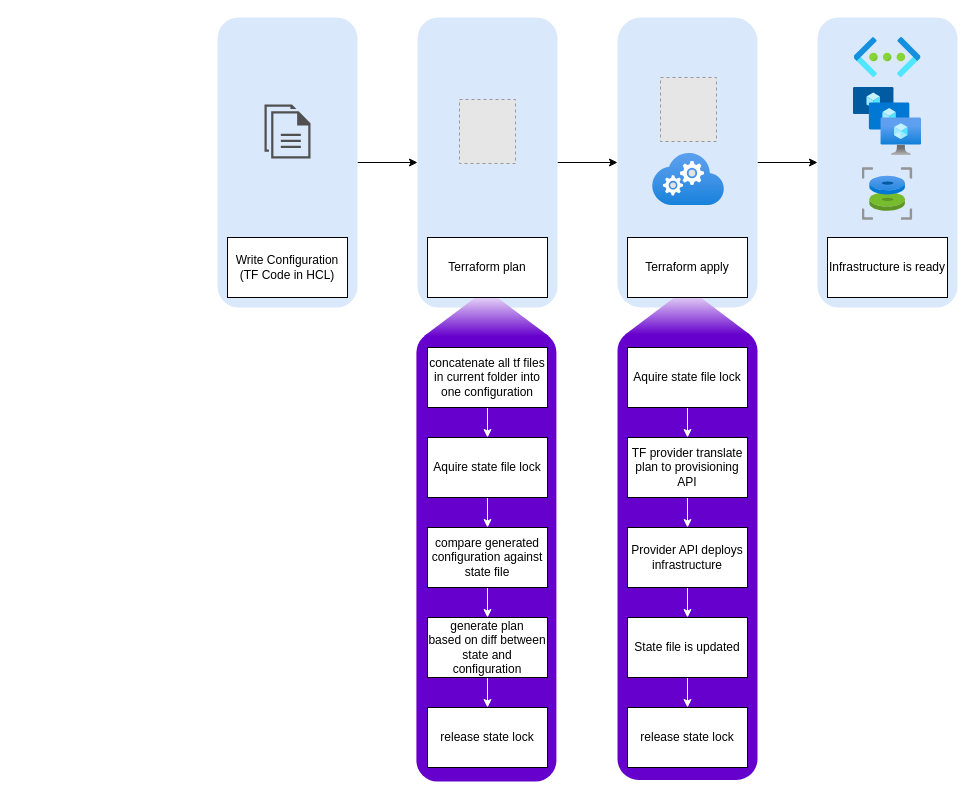
Above: page "terraformworkflow" (1 of 9) of blog.drawio in nfrappart/nfrappart.github.io (draw.io), before the change. Source tidied: cells renumbered, new cells numbered last; positions are measured from the earlier drawing's top-left corner, leaving out a move shared by most shapes. Both pictures are drawn from the tidied source at 100%, with x=0, y=0 at pixel (217, 17). Pictures stored in the file or linked from it are replaced by grey dashed boxes.
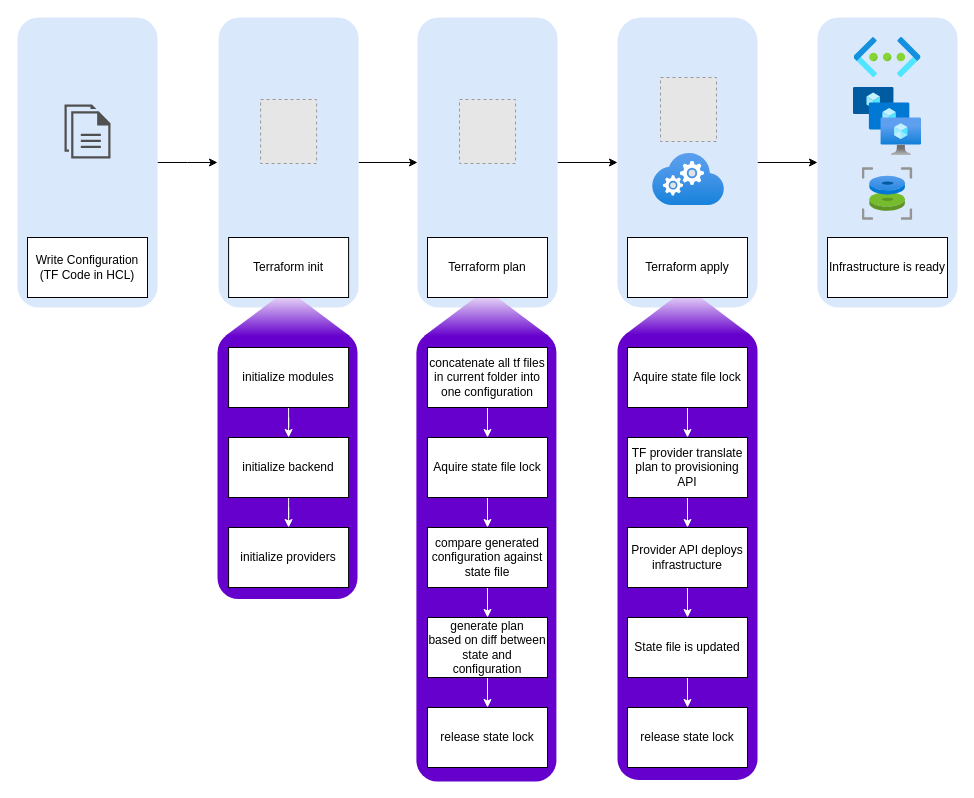
The same diagram, later.

Unchanged cells that the change refers to:
```xml
<mxCell id="5" style="rounded=1;whiteSpace=wrap;html=1;fillColor=#dae8fc;gradientDirection=east;strokeColor=none;" parent="1" vertex="1">
  <mxGeometry x="200" width="140" height="290" as="geometry" />
</mxCell>
```

The edit, as a diff of the source:
```diff
@@
-    <mxCell id="7" style="edgeStyle=orthogonalEdgeStyle;rounded=0;jettySize=auto;html=1;entryX=0;entryY=0.5;entryDx=0;entryDy=0;" parent="1" edge="1" source="8" target="5">
-      <mxGeometry relative="1" as="geometry" />
+    <mxCell id="7" style="edgeStyle=orthogonalEdgeStyle;rounded=0;jettySize=auto;html=1;" parent="1" edge="1" source="8">
+      <mxGeometry relative="1" as="geometry">
+        <mxPoint y="145" as="targetPoint" />
+      </mxGeometry>
     </mxCell>
     <mxCell id="8" style="rounded=1;whiteSpace=wrap;html=1;fillColor=#dae8fc;gradientDirection=east;strokeColor=none;" parent="1" vertex="1">
-      <mxGeometry width="140" height="290" as="geometry" />
+      <mxGeometry x="-200" width="140" height="290" as="geometry" />
     </mxCell>
@@
     <mxCell id="15" value="Write Configuration&lt;br&gt;(TF Code in HCL)" style="rounded=0;whiteSpace=wrap;html=1;" parent="1" vertex="1">
-      <mxGeometry x="10" y="220" width="120" height="60" as="geometry" />
+      <mxGeometry x="-190" y="220" width="120" height="60" as="geometry" />
     </mxCell>
@@
     <mxCell id="33" style="sketch=0;shadow=0;dashed=0;html=1;strokeColor=none;fillColor=#505050;labelPosition=center;verticalLabelPosition=bottom;verticalAlign=top;align=center;shape=mxgraph.office.concepts.documents;" parent="1" vertex="1">
-      <mxGeometry x="47" y="87" width="46" height="54" as="geometry" />
+      <mxGeometry x="-153" y="87" width="46" height="54" as="geometry" />
     </mxCell>
@@
+    <mxCell id="45" style="edgeStyle=orthogonalEdgeStyle;rounded=0;jettySize=auto;html=1;entryX=0;entryY=0.5;entryDx=0;entryDy=0;" parent="1" edge="1" source="46" target="5">
+      <mxGeometry relative="1" as="geometry" />
+    </mxCell>
+    <mxCell id="46" style="rounded=1;whiteSpace=wrap;html=1;fillColor=#dae8fc;gradientDirection=east;strokeColor=none;" parent="1" vertex="1">
+      <mxGeometry x="1.1" width="140" height="290" as="geometry" />
+    </mxCell>
+    <mxCell id="47" style="group;" parent="1" vertex="1">
+      <mxGeometry y="271.6" width="140" height="492.4" as="geometry" />
+    </mxCell>
+    <mxCell id="48" style="rounded=1;whiteSpace=wrap;html=1;fillColor=#6600CC;gradientDirection=east;strokeColor=none;" parent="47" vertex="1">
+      <mxGeometry y="42.4" width="140" height="267.6" as="geometry" />
+    </mxCell>
+    <mxCell id="49" style="triangle;whiteSpace=wrap;html=1;rotation=-90;gradientColor=#ffffff;strokeColor=none;fillColor=#6600CC;gradientDirection=east;" parent="47" vertex="1">
+      <mxGeometry x="46.4" y="-39" width="47.2" height="125.3" as="geometry" />
+    </mxCell>
+    <mxCell id="50" value="Terraform init" style="whiteSpace=wrap;html=1;rounded=0;" parent="1" vertex="1">
+      <mxGeometry x="11.1" y="220" width="120" height="60" as="geometry" />
+    </mxCell>
+    <mxCell id="51" style="edgeStyle=orthogonalEdgeStyle;rounded=0;jettySize=auto;html=1;entryX=0.5;entryY=0;entryDx=0;entryDy=0;strokeColor=#FFFFFF;" parent="1" edge="1" source="52" target="56">
+      <mxGeometry relative="1" as="geometry" />
+    </mxCell>
+    <mxCell id="52" value="initialize modules" style="whiteSpace=wrap;html=1;rounded=0;" parent="1" vertex="1">
+      <mxGeometry x="11.1" y="330" width="120" height="60" as="geometry" />
+    </mxCell>
+    <mxCell id="53" value="initialize providers" style="whiteSpace=wrap;html=1;rounded=0;" parent="1" vertex="1">
+      <mxGeometry x="11.1" y="510" width="120" height="60" as="geometry" />
+    </mxCell>
+    <mxCell id="54" style="fillColor=#E6E6E6;strokeColor=#999999;dashed=1;verticalLabelPosition=bottom;verticalAlign=top;" parent="1" vertex="1">
+      <mxGeometry x="43.1" y="82" width="56" height="64" as="geometry" />
+    </mxCell>
+    <mxCell id="55" style="edgeStyle=orthogonalEdgeStyle;rounded=0;jettySize=auto;html=1;entryX=0.5;entryY=0;entryDx=0;entryDy=0;strokeColor=#FFFFFF;" parent="1" edge="1" source="56" target="53">
+      <mxGeometry relative="1" as="geometry" />
+    </mxCell>
+    <mxCell id="56" value="initialize backend" style="whiteSpace=wrap;html=1;rounded=0;" parent="1" vertex="1">
+      <mxGeometry x="11.1" y="420" width="120" height="60" as="geometry" />
+    </mxCell>
```
